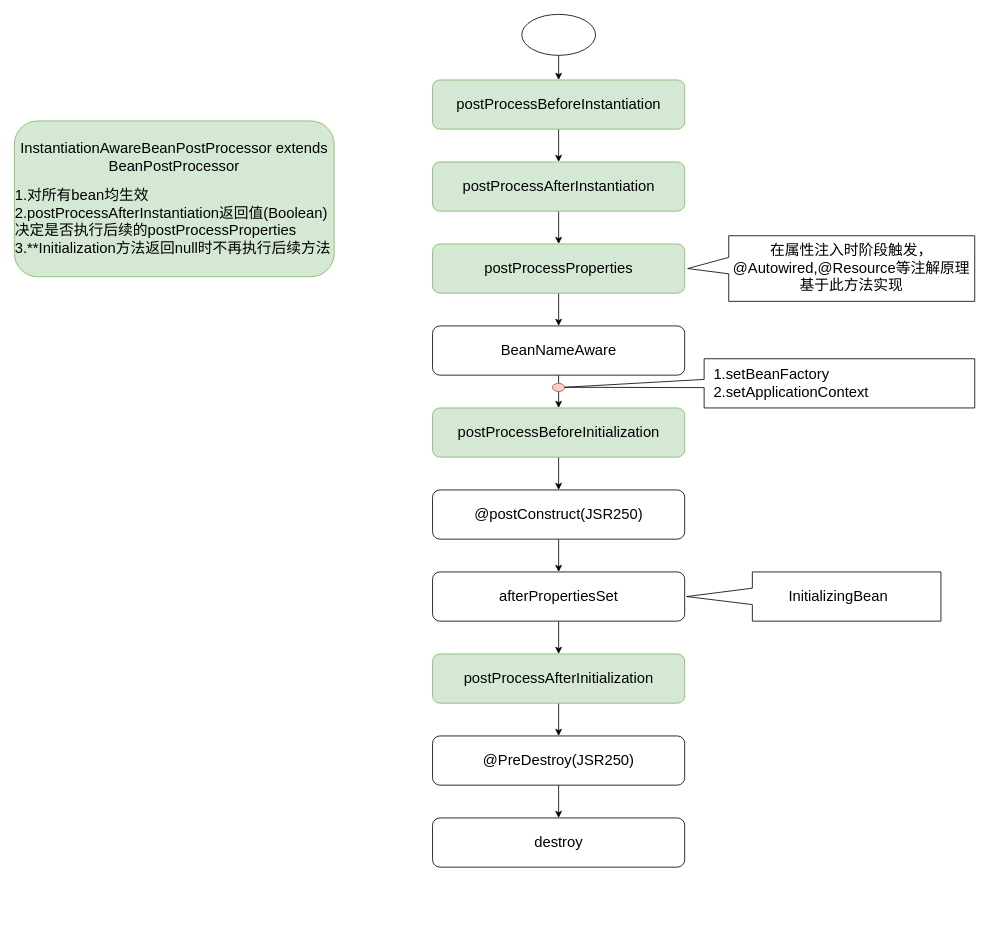
Earlier version of the draw.io diagram page "SpringBean" (2 of 2) of Spring/未命名绘图.drawio (z-dk/cnblogs). Source tidied: cells renumbered, new cells numbered last; positions are measured from the earlier drawing's top-left corner, leaving out a move shared by most shapes. Both pictures are drawn from the tidied source at 82%, with x=0, y=0 at pixel (14, 14).
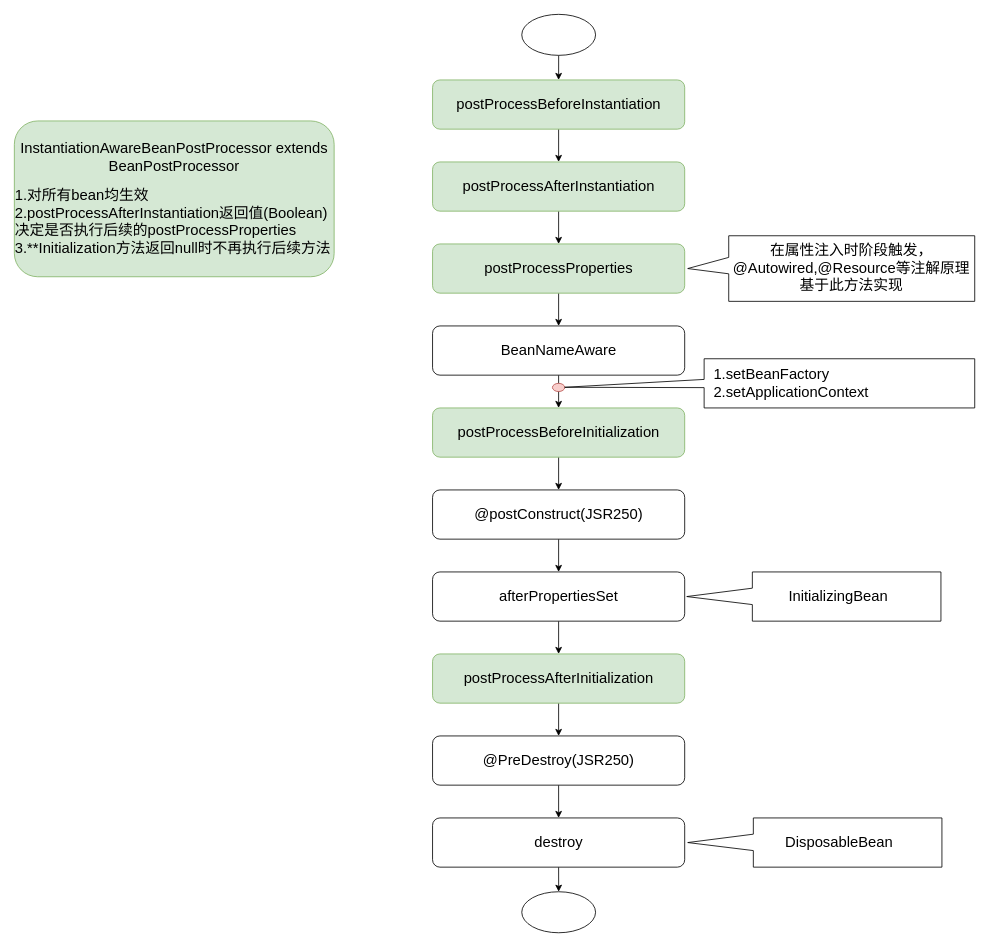
The same diagram, later.

Commit message:
更新未命名绘图.drawio

The change refers to these unchanged cells:
```xml
<mxCell id="22" value="&lt;font style=&quot;font-size: 18px;&quot;&gt;destroy&lt;/font&gt;" style="rounded=1;whiteSpace=wrap;html=1;" parent="1" vertex="1">
  <mxGeometry x="510" y="980" width="307.5" height="60" as="geometry" />
</mxCell>
```

What changed in the source:
```diff
@@
+    <mxCell id="28" style="edgeStyle=orthogonalEdgeStyle;rounded=0;jettySize=auto;html=1;exitX=0.5;exitY=1;exitDx=0;exitDy=0;entryX=0.5;entryY=0;entryDx=0;entryDy=0;fontSize=18;" parent="1" edge="1" source="22" target="29">
+      <mxGeometry relative="1" as="geometry" />
+    </mxCell>
@@
+    <mxCell id="29" style="ellipse;whiteSpace=wrap;html=1;" parent="1" vertex="1">
+      <mxGeometry x="618.8" y="1070" width="90" height="50" as="geometry" />
+    </mxCell>
+    <mxCell id="30" value="DisposableBean" style="shape=callout;whiteSpace=wrap;html=1;perimeter=calloutPerimeter;fontSize=18;size=80;position=0.33;base=20;direction=south;position2=0.5;" parent="1" vertex="1">
+      <mxGeometry x="821.2" y="980" width="310" height="60" as="geometry" />
+    </mxCell>
```
